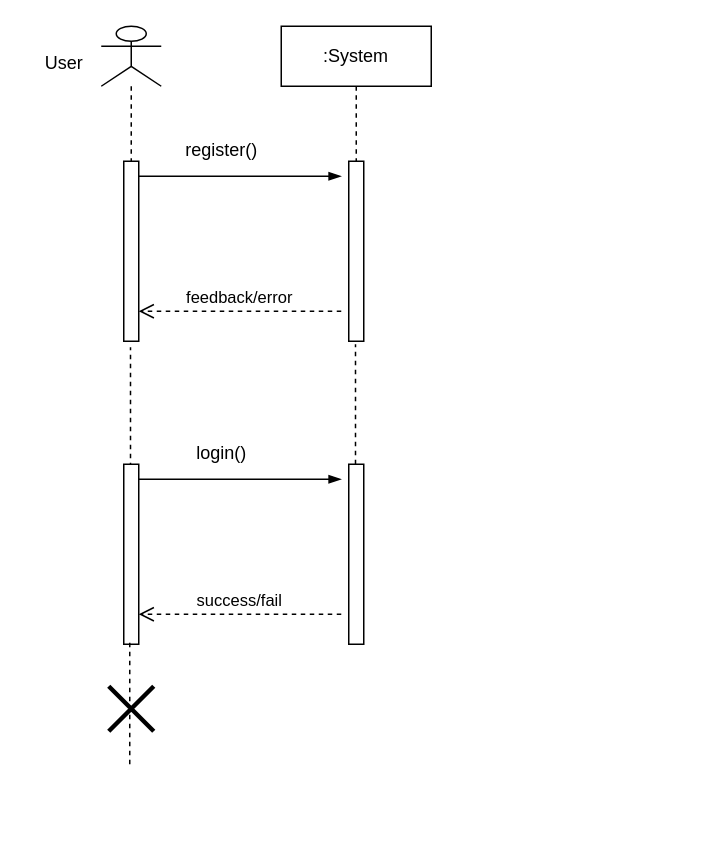
Above: sequence diagram.drawio in istewakhassantewak/Java-project-OOD (draw.io), before the change. Source tidied: cells renumbered, new cells numbered last; positions are measured from the earlier drawing's top-left corner, leaving out a move shared by most shapes. Both pictures are drawn from the tidied source at 150%, with x=0, y=0 at pixel (26, 26).
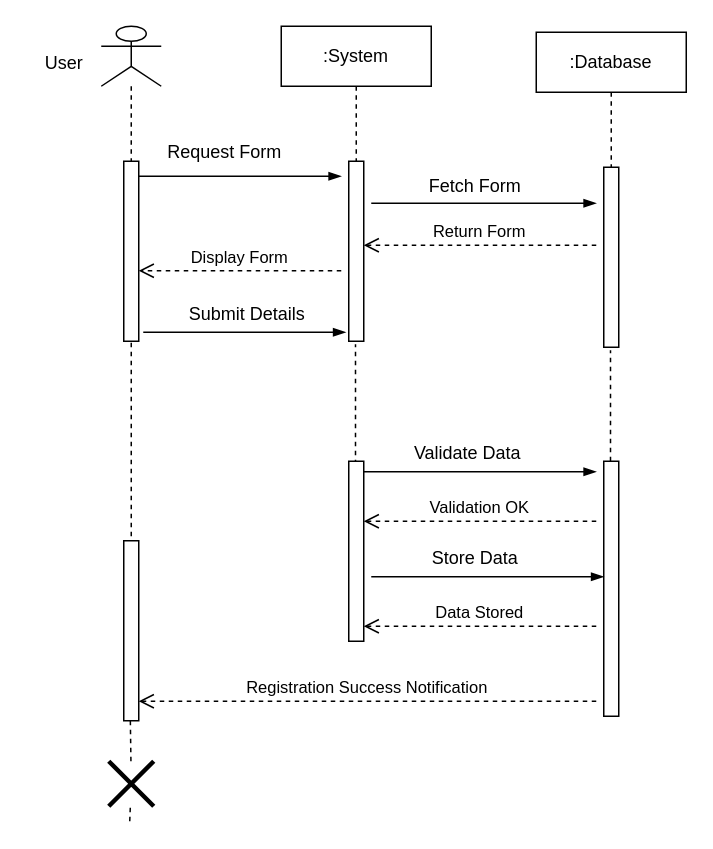
After the change.

The edit, as a diff of the source:
```diff
@@
-    <mxCell id="8" value="feedback/error" style="html=1;verticalAlign=bottom;endArrow=open;dashed=1;endSize=8;curved=0;rounded=0;" parent="1" edge="1">
+    <mxCell id="8" value="Display Form" style="html=1;verticalAlign=bottom;endArrow=open;dashed=1;endSize=8;curved=0;rounded=0;" parent="1" edge="1">
       <mxGeometry relative="1" as="geometry">
-        <mxPoint x="210" y="190" as="sourcePoint" />
-        <mxPoint x="75" y="190" as="targetPoint" />
+        <mxPoint x="210" y="163" as="sourcePoint" />
+        <mxPoint x="75" y="163" as="targetPoint" />
       </mxGeometry>
     </mxCell>
-    <mxCell id="9" value="register()" style="text;html=1;align=center;verticalAlign=middle;strokeColor=none;fillColor=none;" parent="1" vertex="1">
-      <mxGeometry x="95" y="68" width="70" height="30" as="geometry" />
+    <mxCell id="9" value=" Request Form " style="text;html=1;align=center;verticalAlign=middle;strokeColor=none;fillColor=none;" parent="1" vertex="1">
+      <mxGeometry x="82" y="69" width="100" height="30" as="geometry" />
     </mxCell>
-    <mxCell id="10" style="endArrow=none;dashed=1;html=1;rounded=0;" parent="1" edge="1">
-      <mxGeometry relative="1" as="geometry">
-        <mxPoint x="69.5" y="294" as="sourcePoint" />
-        <mxPoint x="69.5" y="214" as="targetPoint" />
-      </mxGeometry>
-    </mxCell>
@@
-    <mxCell id="12" style="html=1;perimeter=orthogonalPerimeter;targetShapes=umlLifeline;newEdgeStyle={&quot;curved&quot;:0,&quot;rounded&quot;:0};" parent="1" vertex="1">
-      <mxGeometry x="65" y="292" width="10" height="120" as="geometry" />
-    </mxCell>
-    <mxCell id="13" style="html=1;perimeter=orthogonalPerimeter;targetShapes=umlLifeline;newEdgeStyle={&quot;curved&quot;:0,&quot;rounded&quot;:0};" parent="1" vertex="1">
-      <mxGeometry x="215" y="292" width="10" height="120" as="geometry" />
-    </mxCell>
-    <mxCell id="14" style="edgeStyle=elbowEdgeStyle;fontSize=12;html=1;endArrow=blockThin;endFill=1;rounded=0;" parent="1" edge="1">
-      <mxGeometry relative="1" as="geometry">
-        <mxPoint x="75" y="302" as="sourcePoint" />
-        <mxPoint x="210" y="302" as="targetPoint" />
-      </mxGeometry>
-    </mxCell>
-    <mxCell id="15" value="success/fail" style="html=1;verticalAlign=bottom;endArrow=open;dashed=1;endSize=8;curved=0;rounded=0;" parent="1" edge="1">
-      <mxGeometry relative="1" as="geometry">
-        <mxPoint x="210" y="392" as="sourcePoint" />
-        <mxPoint x="75" y="392" as="targetPoint" />
-      </mxGeometry>
-    </mxCell>
-    <mxCell id="16" value="login()" style="text;html=1;align=center;verticalAlign=middle;strokeColor=none;fillColor=none;" parent="1" vertex="1">
-      <mxGeometry x="100" y="270" width="60" height="30" as="geometry" />
-    </mxCell>
-    <mxCell id="17" style="endArrow=none;dashed=1;html=1;rounded=0;entryX=0;entryY=1;entryDx=0;entryDy=-5;entryPerimeter=0;" parent="1" edge="1">
-      <mxGeometry relative="1" as="geometry">
-        <mxPoint x="69" y="492" as="sourcePoint" />
-        <mxPoint x="69" y="409" as="targetPoint" />
-      </mxGeometry>
-    </mxCell>
-    <mxCell id="18" style="shape=umlDestroy;whiteSpace=wrap;html=1;strokeWidth=3;targetShapes=umlLifeline;" parent="1" vertex="1">
-      <mxGeometry x="55" y="440" width="30" height="30" as="geometry" />
-    </mxCell>
+    <mxCell id="19" value=":Database" style="shape=umlLifeline;perimeter=lifelinePerimeter;whiteSpace=wrap;html=1;newEdgeStyle={&quot;curved&quot;:0,&quot;rounded&quot;:0};" parent="1" vertex="1">
+      <mxGeometry x="340" y="4" width="100" height="90" as="geometry" />
+    </mxCell>
+    <mxCell id="20" style="html=1;perimeter=orthogonalPerimeter;targetShapes=umlLifeline;newEdgeStyle={&quot;curved&quot;:0,&quot;rounded&quot;:0};" parent="1" vertex="1">
+      <mxGeometry x="385" y="94" width="10" height="120" as="geometry" />
+    </mxCell>
+    <mxCell id="21" style="endArrow=none;dashed=1;html=1;rounded=0;" parent="1" edge="1">
+      <mxGeometry relative="1" as="geometry">
+        <mxPoint x="389.5" y="296" as="sourcePoint" />
+        <mxPoint x="389.5" y="216" as="targetPoint" />
+      </mxGeometry>
+    </mxCell>
+    <mxCell id="22" style="edgeStyle=elbowEdgeStyle;fontSize=12;html=1;endArrow=blockThin;endFill=1;rounded=0;exitX=1.5;exitY=0.333;exitDx=0;exitDy=0;exitPerimeter=0;" parent="1" edge="1">
+      <mxGeometry relative="1" as="geometry">
+        <mxPoint x="230" y="118" as="sourcePoint" />
+        <mxPoint x="380" y="118" as="targetPoint" />
+      </mxGeometry>
+    </mxCell>
+    <mxCell id="23" value=" Fetch Form " style="text;html=1;align=center;verticalAlign=middle;strokeColor=none;fillColor=none;" parent="1" vertex="1">
+      <mxGeometry x="254" y="92" width="90" height="30" as="geometry" />
+    </mxCell>
+    <mxCell id="24" value="Return Form" style="html=1;verticalAlign=bottom;endArrow=open;dashed=1;endSize=8;curved=0;rounded=0;" parent="1" edge="1">
+      <mxGeometry relative="1" as="geometry">
+        <mxPoint x="380" y="146" as="sourcePoint" />
+        <mxPoint x="225" y="146" as="targetPoint" />
+      </mxGeometry>
+    </mxCell>
+    <mxCell id="25" style="edgeStyle=elbowEdgeStyle;fontSize=12;html=1;endArrow=blockThin;endFill=1;rounded=0;" parent="1" edge="1">
+      <mxGeometry relative="1" as="geometry">
+        <mxPoint x="78" y="204" as="sourcePoint" />
+        <mxPoint x="213" y="204" as="targetPoint" />
+      </mxGeometry>
+    </mxCell>
+    <mxCell id="26" value="  Submit Details " style="text;html=1;align=center;verticalAlign=middle;strokeColor=none;fillColor=none;" parent="1" vertex="1">
+      <mxGeometry x="97" y="177" width="100" height="30" as="geometry" />
+    </mxCell>
+    <mxCell id="27" style="html=1;perimeter=orthogonalPerimeter;targetShapes=umlLifeline;newEdgeStyle={&quot;curved&quot;:0,&quot;rounded&quot;:0};" parent="1" vertex="1">
+      <mxGeometry x="215" y="290" width="10" height="120" as="geometry" />
+    </mxCell>
+    <mxCell id="28" style="html=1;perimeter=orthogonalPerimeter;targetShapes=umlLifeline;newEdgeStyle={&quot;curved&quot;:0,&quot;rounded&quot;:0};" parent="1" vertex="1">
+      <mxGeometry x="385" y="290" width="10" height="170" as="geometry" />
+    </mxCell>
+    <mxCell id="29" style="edgeStyle=elbowEdgeStyle;fontSize=12;html=1;endArrow=blockThin;endFill=1;rounded=0;" parent="1" edge="1">
+      <mxGeometry relative="1" as="geometry">
+        <mxPoint x="225" y="297" as="sourcePoint" />
+        <mxPoint x="380" y="297" as="targetPoint" />
+      </mxGeometry>
+    </mxCell>
+    <mxCell id="30" value="  Validate Data " style="text;html=1;align=center;verticalAlign=middle;strokeColor=none;fillColor=none;" parent="1" vertex="1">
+      <mxGeometry x="244" y="270" width="100" height="30" as="geometry" />
+    </mxCell>
+    <mxCell id="31" value="Validation OK" style="html=1;verticalAlign=bottom;endArrow=open;dashed=1;endSize=8;curved=0;rounded=0;" parent="1" edge="1">
+      <mxGeometry relative="1" as="geometry">
+        <mxPoint x="380" y="330" as="sourcePoint" />
+        <mxPoint x="225" y="330" as="targetPoint" />
+      </mxGeometry>
+    </mxCell>
+    <mxCell id="32" value="  Store Data " style="text;html=1;align=center;verticalAlign=middle;strokeColor=none;fillColor=none;" parent="1" vertex="1">
+      <mxGeometry x="259" y="340" width="80" height="30" as="geometry" />
+    </mxCell>
+    <mxCell id="33" style="edgeStyle=elbowEdgeStyle;fontSize=12;html=1;endArrow=blockThin;endFill=1;rounded=0;" parent="1" edge="1">
+      <mxGeometry relative="1" as="geometry">
+        <mxPoint x="230" y="367" as="sourcePoint" />
+        <mxPoint x="385" y="367" as="targetPoint" />
+      </mxGeometry>
+    </mxCell>
+    <mxCell id="34" value="Data Stored" style="html=1;verticalAlign=bottom;endArrow=open;dashed=1;endSize=8;curved=0;rounded=0;" parent="1" edge="1">
+      <mxGeometry relative="1" as="geometry">
+        <mxPoint x="380" y="400" as="sourcePoint" />
+        <mxPoint x="225" y="400" as="targetPoint" />
+      </mxGeometry>
+    </mxCell>
+    <mxCell id="35" style="html=1;points=[[0,0,0,0,5],[0,1,0,0,-5],[1,0,0,0,5],[1,1,0,0,-5]];perimeter=orthogonalPerimeter;outlineConnect=0;targetShapes=umlLifeline;portConstraint=eastwest;newEdgeStyle={&quot;curved&quot;:0,&quot;rounded&quot;:0};" parent="1" vertex="1">
+      <mxGeometry x="65" y="343" width="10" height="120" as="geometry" />
+    </mxCell>
+    <mxCell id="36" style="endArrow=none;dashed=1;html=1;rounded=0;" parent="1" edge="1">
+      <mxGeometry relative="1" as="geometry">
+        <mxPoint x="70" y="340" as="sourcePoint" />
+        <mxPoint x="70" y="211" as="targetPoint" />
+      </mxGeometry>
+    </mxCell>
+    <mxCell id="37" value="Registration Success Notification" style="html=1;verticalAlign=bottom;endArrow=open;dashed=1;endSize=8;curved=0;rounded=0;" parent="1" edge="1" target="35">
+      <mxGeometry relative="1" as="geometry">
+        <mxPoint x="380" y="450" as="sourcePoint" />
+      </mxGeometry>
+    </mxCell>
+    <mxCell id="38" style="endArrow=none;dashed=1;html=1;rounded=0;" parent="1" edge="1" source="40">
+      <mxGeometry relative="1" as="geometry">
+        <mxPoint x="69.4" y="463" as="targetPoint" />
+      </mxGeometry>
+    </mxCell>
+    <mxCell id="39" style="endArrow=none;dashed=1;html=1;rounded=0;" parent="1" edge="1" target="40">
+      <mxGeometry relative="1" as="geometry">
+        <mxPoint x="69" y="530" as="sourcePoint" />
+      </mxGeometry>
+    </mxCell>
+    <mxCell id="40" style="shape=umlDestroy;whiteSpace=wrap;html=1;strokeWidth=3;targetShapes=umlLifeline;" parent="1" vertex="1">
+      <mxGeometry x="55" y="490" width="30" height="30" as="geometry" />
+    </mxCell>
```
